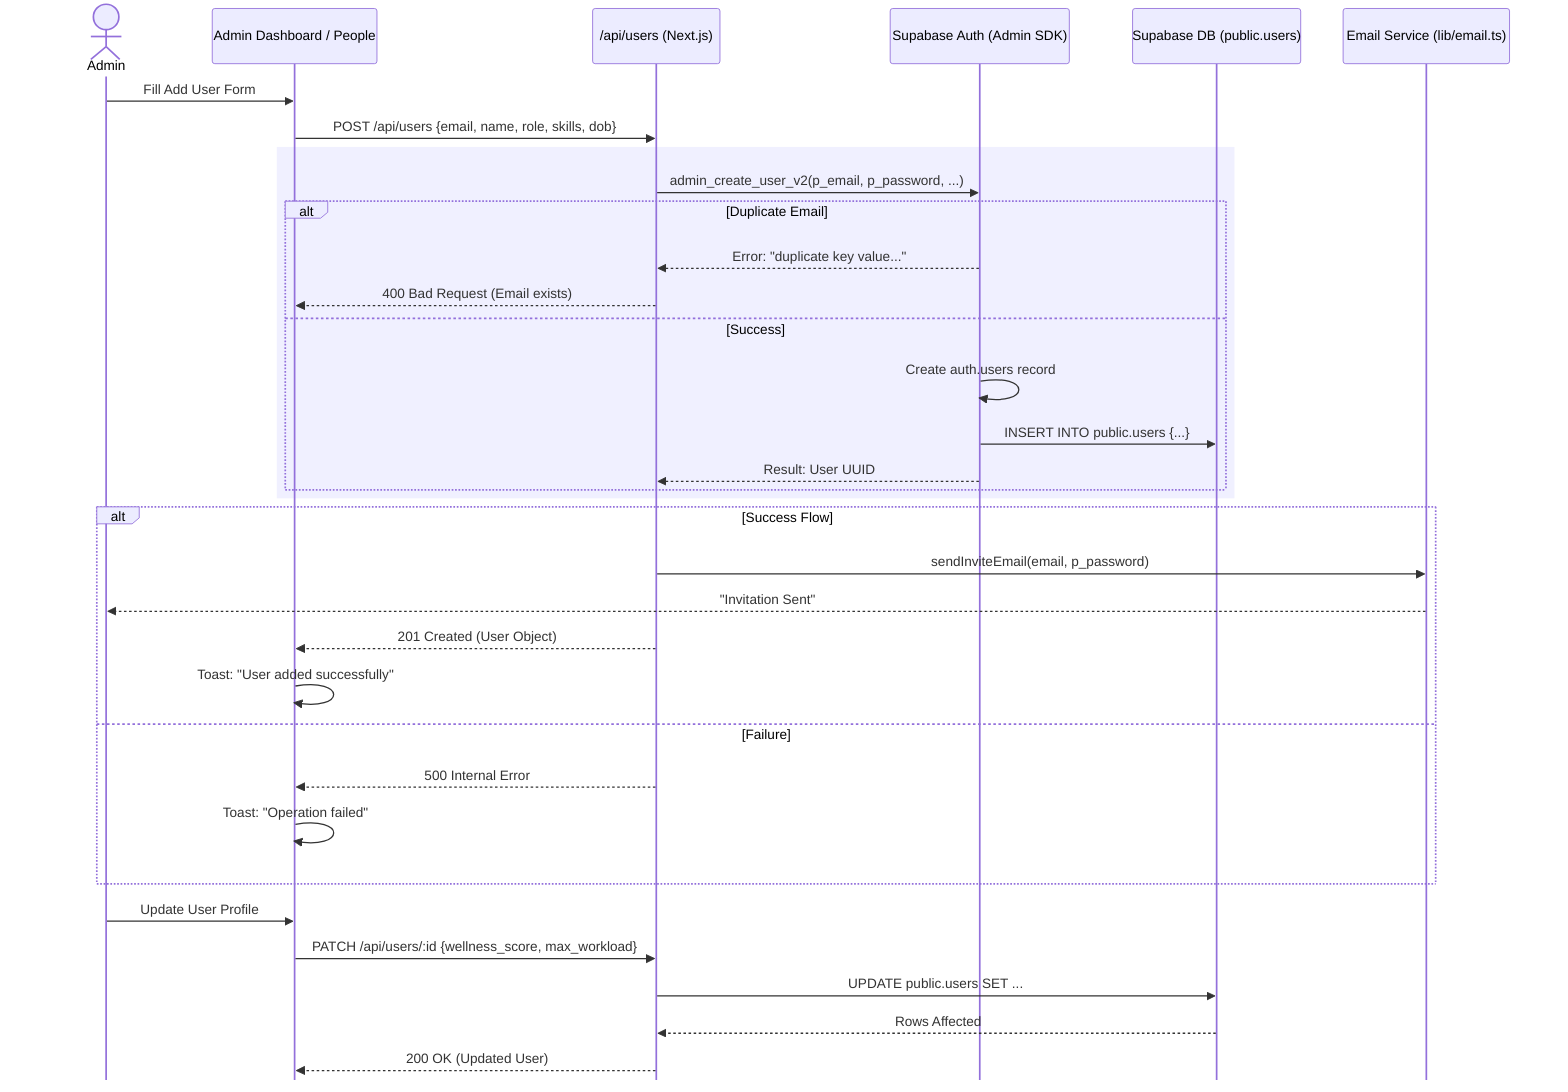
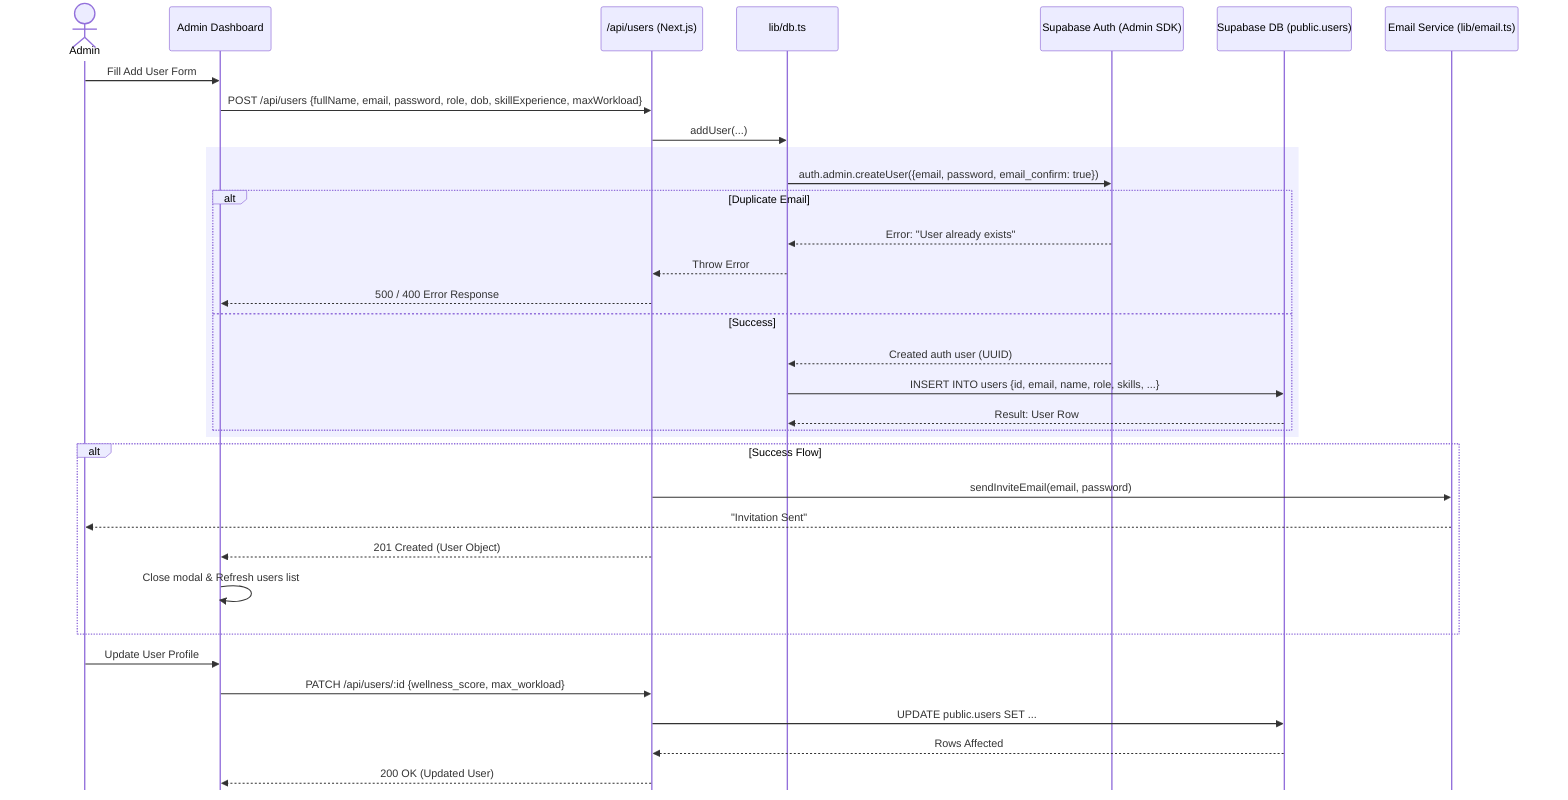
%%{init: {"sequence": {"mirrorActors": false}}}%%
sequenceDiagram
    actor Admin
-     participant UI as Admin Dashboard / People
+     participant UI as Admin Dashboard
    participant API as /api/users (Next.js)
+     participant DBLayer as lib/db.ts
    participant SB as Supabase Auth (Admin SDK)
    participant DB as Supabase DB (public.users)
    participant Email as Email Service (lib/email.ts)

    Admin->>UI: Fill Add User Form
-     UI->>API: POST /api/users {email, name, role, skills, dob}
+     UI->>API: POST /api/users {fullName, email, password, role, dob, skillExperience, maxWorkload}
+     API->>DBLayer: addUser(...)

    rect rgb(240, 240, 255)
-     API->>SB: admin_create_user_v2(p_email, p_password, ...)
+     DBLayer->>SB: auth.admin.createUser({email, password, email_confirm: true})

    alt Duplicate Email
-         SB-->>API: Error: "duplicate key value..."
-         API-->>UI: 400 Bad Request (Email exists)
+         SB-->>DBLayer: Error: "User already exists"
+         DBLayer-->>API: Throw Error
+         API-->>UI: 500 / 400 Error Response
    else Success
-         SB->>SB: Create auth.users record
-         SB->>DB: INSERT INTO public.users {...}
-         SB-->>API: Result: User UUID
+         SB-->>DBLayer: Created auth user (UUID)
+         DBLayer->>DB: INSERT INTO users {id, email, name, role, skills, ...}
+         DB-->>DBLayer: Result: User Row
    end
    end

    alt Success Flow
-         API->>Email: sendInviteEmail(email, p_password)
+         %% Feature requested to be kept ("if the sequence diagram shows any feature not in codebase, keep that feature")
+         API->>Email: sendInviteEmail(email, password)
        Email-->>Admin: "Invitation Sent"
        API-->>UI: 201 Created (User Object)
-         UI->>UI: Toast: "User added successfully"
-     else Failure
-         API-->>UI: 500 Internal Error
-         UI->>UI: Toast: "Operation failed"
+         UI->>UI: Close modal & Refresh users list
    end

    Admin->>UI: Update User Profile
    UI->>API: PATCH /api/users/:id {wellness_score, max_workload}
    API->>DB: UPDATE public.users SET ...
    DB-->>API: Rows Affected
    API-->>UI: 200 OK (Updated User)
